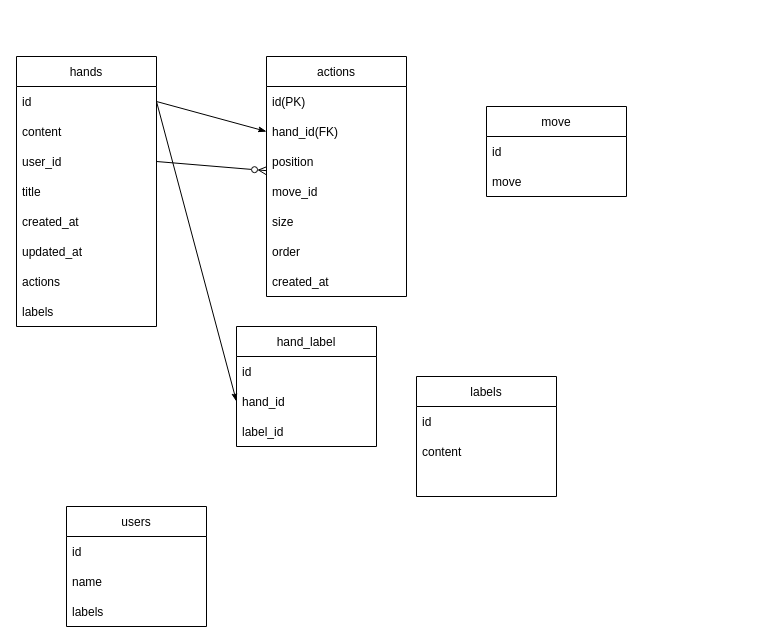
Earlier version of the draw.io diagram ER.dio (nebular-lab/hand-review-apollo). Source tidied: cells renumbered, new cells numbered last; positions are measured from the earlier drawing's top-left corner, leaving out a move shared by most shapes. Both pictures are drawn from the tidied source at 100%, with x=0, y=0 at pixel (16, 56).
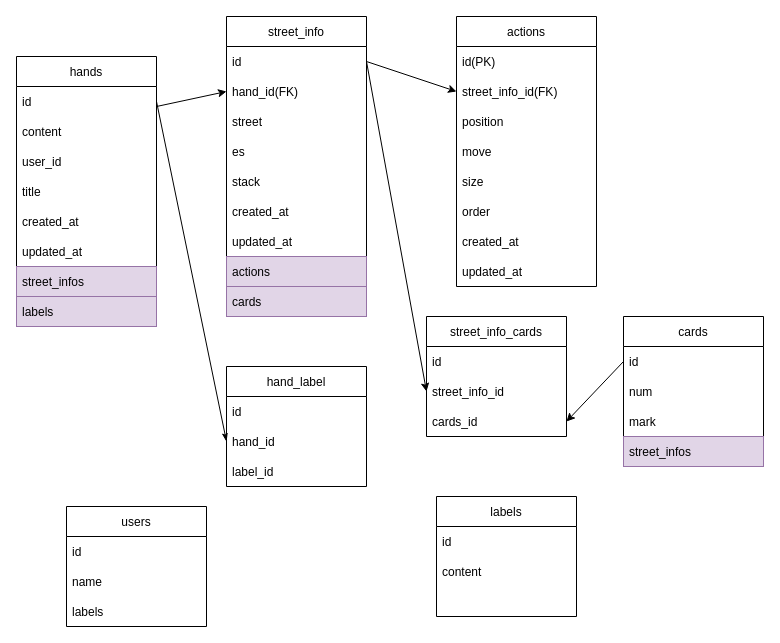
The same diagram, later.

Unchanged cells that the change refers to:
```xml
<mxCell id="2" value="hands" style="swimlane;fontStyle=0;horizontal=1;startSize=30;" parent="1" vertex="1">
  <mxGeometry width="140" height="270" as="geometry" />
</mxCell>
<mxCell id="3" value="id" style="text;strokeColor=none;fillColor=none;align=left;verticalAlign=middle;spacingLeft=4;spacingRight=4;overflow=hidden;points=[[0,0.5],[1,0.5]];portConstraint=eastwest;" parent="2" vertex="1">
  <mxGeometry y="30" width="140" height="30" as="geometry" />
</mxCell>
<mxCell id="5" value="user_id" style="text;strokeColor=none;fillColor=none;align=left;verticalAlign=middle;spacingLeft=4;spacingRight=4;overflow=hidden;points=[[0,0.5],[1,0.5]];portConstraint=eastwest;" parent="2" vertex="1">
  <mxGeometry y="90" width="140" height="30" as="geometry" />
</mxCell>
```

The edit, as a diff of the source:
```diff
@@
-    <mxCell id="9" value="actions" style="text;strokeColor=none;fillColor=none;align=left;verticalAlign=middle;spacingLeft=4;spacingRight=4;overflow=hidden;" parent="2" vertex="1">
-      <mxGeometry y="210" width="140" height="30" as="geometry" />
-    </mxCell>
+    <mxCell id="37" value="street_infos" style="text;strokeColor=#9673a6;fillColor=#e1d5e7;align=left;verticalAlign=middle;spacingLeft=4;spacingRight=4;overflow=hidden;labelBackgroundColor=none;labelBorderColor=none;" parent="2" vertex="1">
+      <mxGeometry y="210" width="140" height="30" as="geometry" />
+    </mxCell>
-    <mxCell id="10" value="labels" style="text;strokeColor=none;fillColor=none;align=left;verticalAlign=middle;spacingLeft=4;spacingRight=4;overflow=hidden;" parent="2" vertex="1">
+    <mxCell id="10" value="labels" style="text;strokeColor=#9673a6;fillColor=#e1d5e7;align=left;verticalAlign=middle;spacingLeft=4;spacingRight=4;overflow=hidden;labelBackgroundColor=none;labelBorderColor=none;" parent="2" vertex="1">
       <mxGeometry y="240" width="140" height="30" as="geometry" />
     </mxCell>
     <mxCell id="11" value="actions" style="swimlane;fontStyle=0;horizontal=1;startSize=30;" parent="1" vertex="1">
-      <mxGeometry x="250" width="140" height="240" as="geometry" />
+      <mxGeometry x="440" y="-40" width="140" height="270" as="geometry" />
     </mxCell>
@@
-    <mxCell id="13" value="hand_id(FK)" style="text;strokeColor=none;fillColor=none;align=left;verticalAlign=middle;spacingLeft=4;spacingRight=4;overflow=hidden;points=[[0,0.5],[1,0.5]];portConstraint=eastwest;" parent="11" vertex="1">
-      <mxGeometry y="60" width="140" height="30" as="geometry" />
-    </mxCell>
+    <mxCell id="38" value="street_info_id(FK)" style="text;strokeColor=none;fillColor=none;align=left;verticalAlign=middle;spacingLeft=4;spacingRight=4;overflow=hidden;points=[[0,0.5],[1,0.5]];portConstraint=eastwest;" parent="11" vertex="1">
+      <mxGeometry y="60" width="140" height="30" as="geometry" />
+    </mxCell>
@@
-    <mxCell id="15" value="move_id" style="text;strokeColor=none;fillColor=none;align=left;verticalAlign=middle;spacingLeft=4;spacingRight=4;overflow=hidden;" parent="11" vertex="1">
+    <mxCell id="15" value="move" style="text;strokeColor=none;fillColor=none;align=left;verticalAlign=middle;spacingLeft=4;spacingRight=4;overflow=hidden;" parent="11" vertex="1">
       <mxGeometry y="120" width="140" height="30" as="geometry" />
     </mxCell>
@@
-    <mxCell id="19" style="edgeStyle=none;html=1;exitX=1;exitY=0.5;exitDx=0;exitDy=0;endArrow=ERzeroToMany;endFill=0;" parent="1" edge="1" source="5" target="11">
-      <mxGeometry relative="1" as="geometry" />
-    </mxCell>
-    <mxCell id="20" style="edgeStyle=none;html=1;entryX=0;entryY=0.5;entryDx=0;entryDy=0;endArrow=classicThin;endFill=1;exitX=1;exitY=0.5;exitDx=0;exitDy=0;" parent="1" edge="1" source="3" target="13">
-      <mxGeometry relative="1" as="geometry" />
-    </mxCell>
+    <mxCell id="39" value="updated_at" style="text;strokeColor=none;fillColor=none;align=left;verticalAlign=middle;spacingLeft=4;spacingRight=4;overflow=hidden;" parent="11" vertex="1">
+      <mxGeometry y="240" width="140" height="30" as="geometry" />
+    </mxCell>
     <mxCell id="21" value="labels" style="swimlane;fontStyle=0;horizontal=1;startSize=30;" parent="1" vertex="1">
-      <mxGeometry x="400" y="320" width="140" height="120" as="geometry" />
+      <mxGeometry x="420" y="440" width="140" height="120" as="geometry" />
     </mxCell>
@@
     <mxCell id="26" value="hand_label" style="swimlane;fontStyle=0;horizontal=1;startSize=30;" parent="1" vertex="1">
-      <mxGeometry x="220" y="270" width="140" height="120" as="geometry" />
+      <mxGeometry x="210" y="310" width="140" height="120" as="geometry" />
     </mxCell>
@@
-    <mxCell id="34" value="move" style="swimlane;fontStyle=0;horizontal=1;startSize=30;" parent="1" vertex="1">
-      <mxGeometry x="470" y="50" width="140" height="90" as="geometry" />
-    </mxCell>
+    <mxCell id="40" value="street_info" style="swimlane;fontStyle=0;horizontal=1;startSize=30;" parent="1" vertex="1">
+      <mxGeometry x="210" y="-40" width="140" height="300" as="geometry" />
+    </mxCell>
-    <mxCell id="35" value="id" style="text;strokeColor=none;fillColor=none;align=left;verticalAlign=middle;spacingLeft=4;spacingRight=4;overflow=hidden;points=[[0,0.5],[1,0.5]];portConstraint=eastwest;" parent="34" vertex="1">
+    <mxCell id="35" value="id" style="text;strokeColor=none;fillColor=none;align=left;verticalAlign=middle;spacingLeft=4;spacingRight=4;overflow=hidden;points=[[0,0.5],[1,0.5]];portConstraint=eastwest;" parent="40" vertex="1">
       <mxGeometry y="30" width="140" height="30" as="geometry" />
     </mxCell>
-    <mxCell id="36" value="move" style="text;strokeColor=none;fillColor=none;align=left;verticalAlign=middle;spacingLeft=4;spacingRight=4;overflow=hidden;" parent="34" vertex="1">
-      <mxGeometry y="60" width="140" height="30" as="geometry" />
-    </mxCell>
+    <mxCell id="13" value="hand_id(FK)" style="text;strokeColor=none;fillColor=none;align=left;verticalAlign=middle;spacingLeft=4;spacingRight=4;overflow=hidden;points=[[0,0.5],[1,0.5]];portConstraint=eastwest;" parent="40" vertex="1">
+      <mxGeometry y="60" width="140" height="30" as="geometry" />
+    </mxCell>
+    <mxCell id="41" value="street" style="text;strokeColor=none;fillColor=none;align=left;verticalAlign=middle;spacingLeft=4;spacingRight=4;overflow=hidden;" parent="40" vertex="1">
+      <mxGeometry y="90" width="140" height="30" as="geometry" />
+    </mxCell>
+    <mxCell id="42" value="es" style="text;strokeColor=none;fillColor=none;align=left;verticalAlign=middle;spacingLeft=4;spacingRight=4;overflow=hidden;" parent="40" vertex="1">
+      <mxGeometry y="120" width="140" height="30" as="geometry" />
+    </mxCell>
+    <mxCell id="43" value="stack" style="text;strokeColor=none;fillColor=none;align=left;verticalAlign=middle;spacingLeft=4;spacingRight=4;overflow=hidden;" parent="40" vertex="1">
+      <mxGeometry y="150" width="140" height="30" as="geometry" />
+    </mxCell>
+    <mxCell id="44" value="created_at" style="text;strokeColor=none;fillColor=none;align=left;verticalAlign=middle;spacingLeft=4;spacingRight=4;overflow=hidden;" parent="40" vertex="1">
+      <mxGeometry y="180" width="140" height="30" as="geometry" />
+    </mxCell>
+    <mxCell id="45" value="updated_at" style="text;strokeColor=none;fillColor=none;align=left;verticalAlign=middle;spacingLeft=4;spacingRight=4;overflow=hidden;" parent="40" vertex="1">
+      <mxGeometry y="210" width="140" height="30" as="geometry" />
+    </mxCell>
+    <mxCell id="9" value="actions" style="text;strokeColor=#9673a6;fillColor=#e1d5e7;align=left;verticalAlign=middle;spacingLeft=4;spacingRight=4;overflow=hidden;" parent="40" vertex="1">
+      <mxGeometry y="240" width="140" height="30" as="geometry" />
+    </mxCell>
+    <mxCell id="46" value="cards" style="text;strokeColor=#9673a6;fillColor=#e1d5e7;align=left;verticalAlign=middle;spacingLeft=4;spacingRight=4;overflow=hidden;" parent="40" vertex="1">
+      <mxGeometry y="270" width="140" height="30" as="geometry" />
+    </mxCell>
+    <mxCell id="47" style="edgeStyle=none;html=1;entryX=0;entryY=0.5;entryDx=0;entryDy=0;" parent="1" edge="1" target="13">
+      <mxGeometry relative="1" as="geometry">
+        <mxPoint x="140" y="50" as="sourcePoint" />
+      </mxGeometry>
+    </mxCell>
+    <mxCell id="48" style="edgeStyle=none;html=1;entryX=0;entryY=0.5;entryDx=0;entryDy=0;exitX=1;exitY=0.5;exitDx=0;exitDy=0;" parent="1" edge="1" source="35" target="38">
+      <mxGeometry relative="1" as="geometry" />
+    </mxCell>
+    <mxCell id="49" value="cards" style="swimlane;fontStyle=0;horizontal=1;startSize=30;labelBackgroundColor=none;labelBorderColor=none;fillColor=none;" parent="1" vertex="1">
+      <mxGeometry x="607" y="260" width="140" height="150" as="geometry" />
+    </mxCell>
+    <mxCell id="50" value="id" style="text;strokeColor=none;fillColor=none;align=left;verticalAlign=middle;spacingLeft=4;spacingRight=4;overflow=hidden;points=[[0,0.5],[1,0.5]];portConstraint=eastwest;labelBackgroundColor=none;labelBorderColor=none;" parent="49" vertex="1">
+      <mxGeometry y="30" width="140" height="30" as="geometry" />
+    </mxCell>
+    <mxCell id="51" value="num" style="text;strokeColor=none;fillColor=none;align=left;verticalAlign=middle;spacingLeft=4;spacingRight=4;overflow=hidden;labelBackgroundColor=none;labelBorderColor=none;" parent="49" vertex="1">
+      <mxGeometry y="60" width="140" height="30" as="geometry" />
+    </mxCell>
+    <mxCell id="52" value="mark" style="text;strokeColor=none;fillColor=none;align=left;verticalAlign=middle;spacingLeft=4;spacingRight=4;overflow=hidden;labelBackgroundColor=none;labelBorderColor=none;" parent="49" vertex="1">
+      <mxGeometry y="90" width="140" height="30" as="geometry" />
+    </mxCell>
+    <mxCell id="53" value="street_infos" style="text;strokeColor=#9673a6;fillColor=#e1d5e7;align=left;verticalAlign=middle;spacingLeft=4;spacingRight=4;overflow=hidden;labelBackgroundColor=none;labelBorderColor=none;" parent="49" vertex="1">
+      <mxGeometry y="120" width="140" height="30" as="geometry" />
+    </mxCell>
+    <mxCell id="54" value="street_info_cards" style="swimlane;fontStyle=0;horizontal=1;startSize=30;labelBackgroundColor=none;labelBorderColor=none;fillColor=none;" parent="1" vertex="1">
+      <mxGeometry x="410" y="260" width="140" height="120" as="geometry" />
+    </mxCell>
+    <mxCell id="55" value="id" style="text;strokeColor=none;fillColor=none;align=left;verticalAlign=middle;spacingLeft=4;spacingRight=4;overflow=hidden;labelBackgroundColor=none;labelBorderColor=none;" parent="54" vertex="1">
+      <mxGeometry y="30" width="140" height="30" as="geometry" />
+    </mxCell>
+    <mxCell id="56" value="street_info_id" style="text;strokeColor=none;fillColor=none;align=left;verticalAlign=middle;spacingLeft=4;spacingRight=4;overflow=hidden;points=[[0,0.5],[1,0.5]];portConstraint=eastwest;labelBackgroundColor=none;labelBorderColor=none;" parent="54" vertex="1">
+      <mxGeometry y="60" width="140" height="30" as="geometry" />
+    </mxCell>
+    <mxCell id="57" value="cards_id" style="text;strokeColor=none;fillColor=none;align=left;verticalAlign=middle;spacingLeft=4;spacingRight=4;overflow=hidden;points=[[0,0.5],[1,0.5]];portConstraint=eastwest;labelBackgroundColor=none;labelBorderColor=none;" parent="54" vertex="1">
+      <mxGeometry y="90" width="140" height="30" as="geometry" />
+    </mxCell>
+    <mxCell id="58" style="edgeStyle=none;html=1;entryX=0;entryY=0.5;entryDx=0;entryDy=0;exitX=1;exitY=0.5;exitDx=0;exitDy=0;" parent="1" edge="1" source="35" target="56">
+      <mxGeometry relative="1" as="geometry" />
+    </mxCell>
+    <mxCell id="59" style="edgeStyle=none;html=1;entryX=1;entryY=0.5;entryDx=0;entryDy=0;exitX=0;exitY=0.5;exitDx=0;exitDy=0;" parent="1" edge="1" source="50" target="57">
+      <mxGeometry relative="1" as="geometry" />
+    </mxCell>
```
